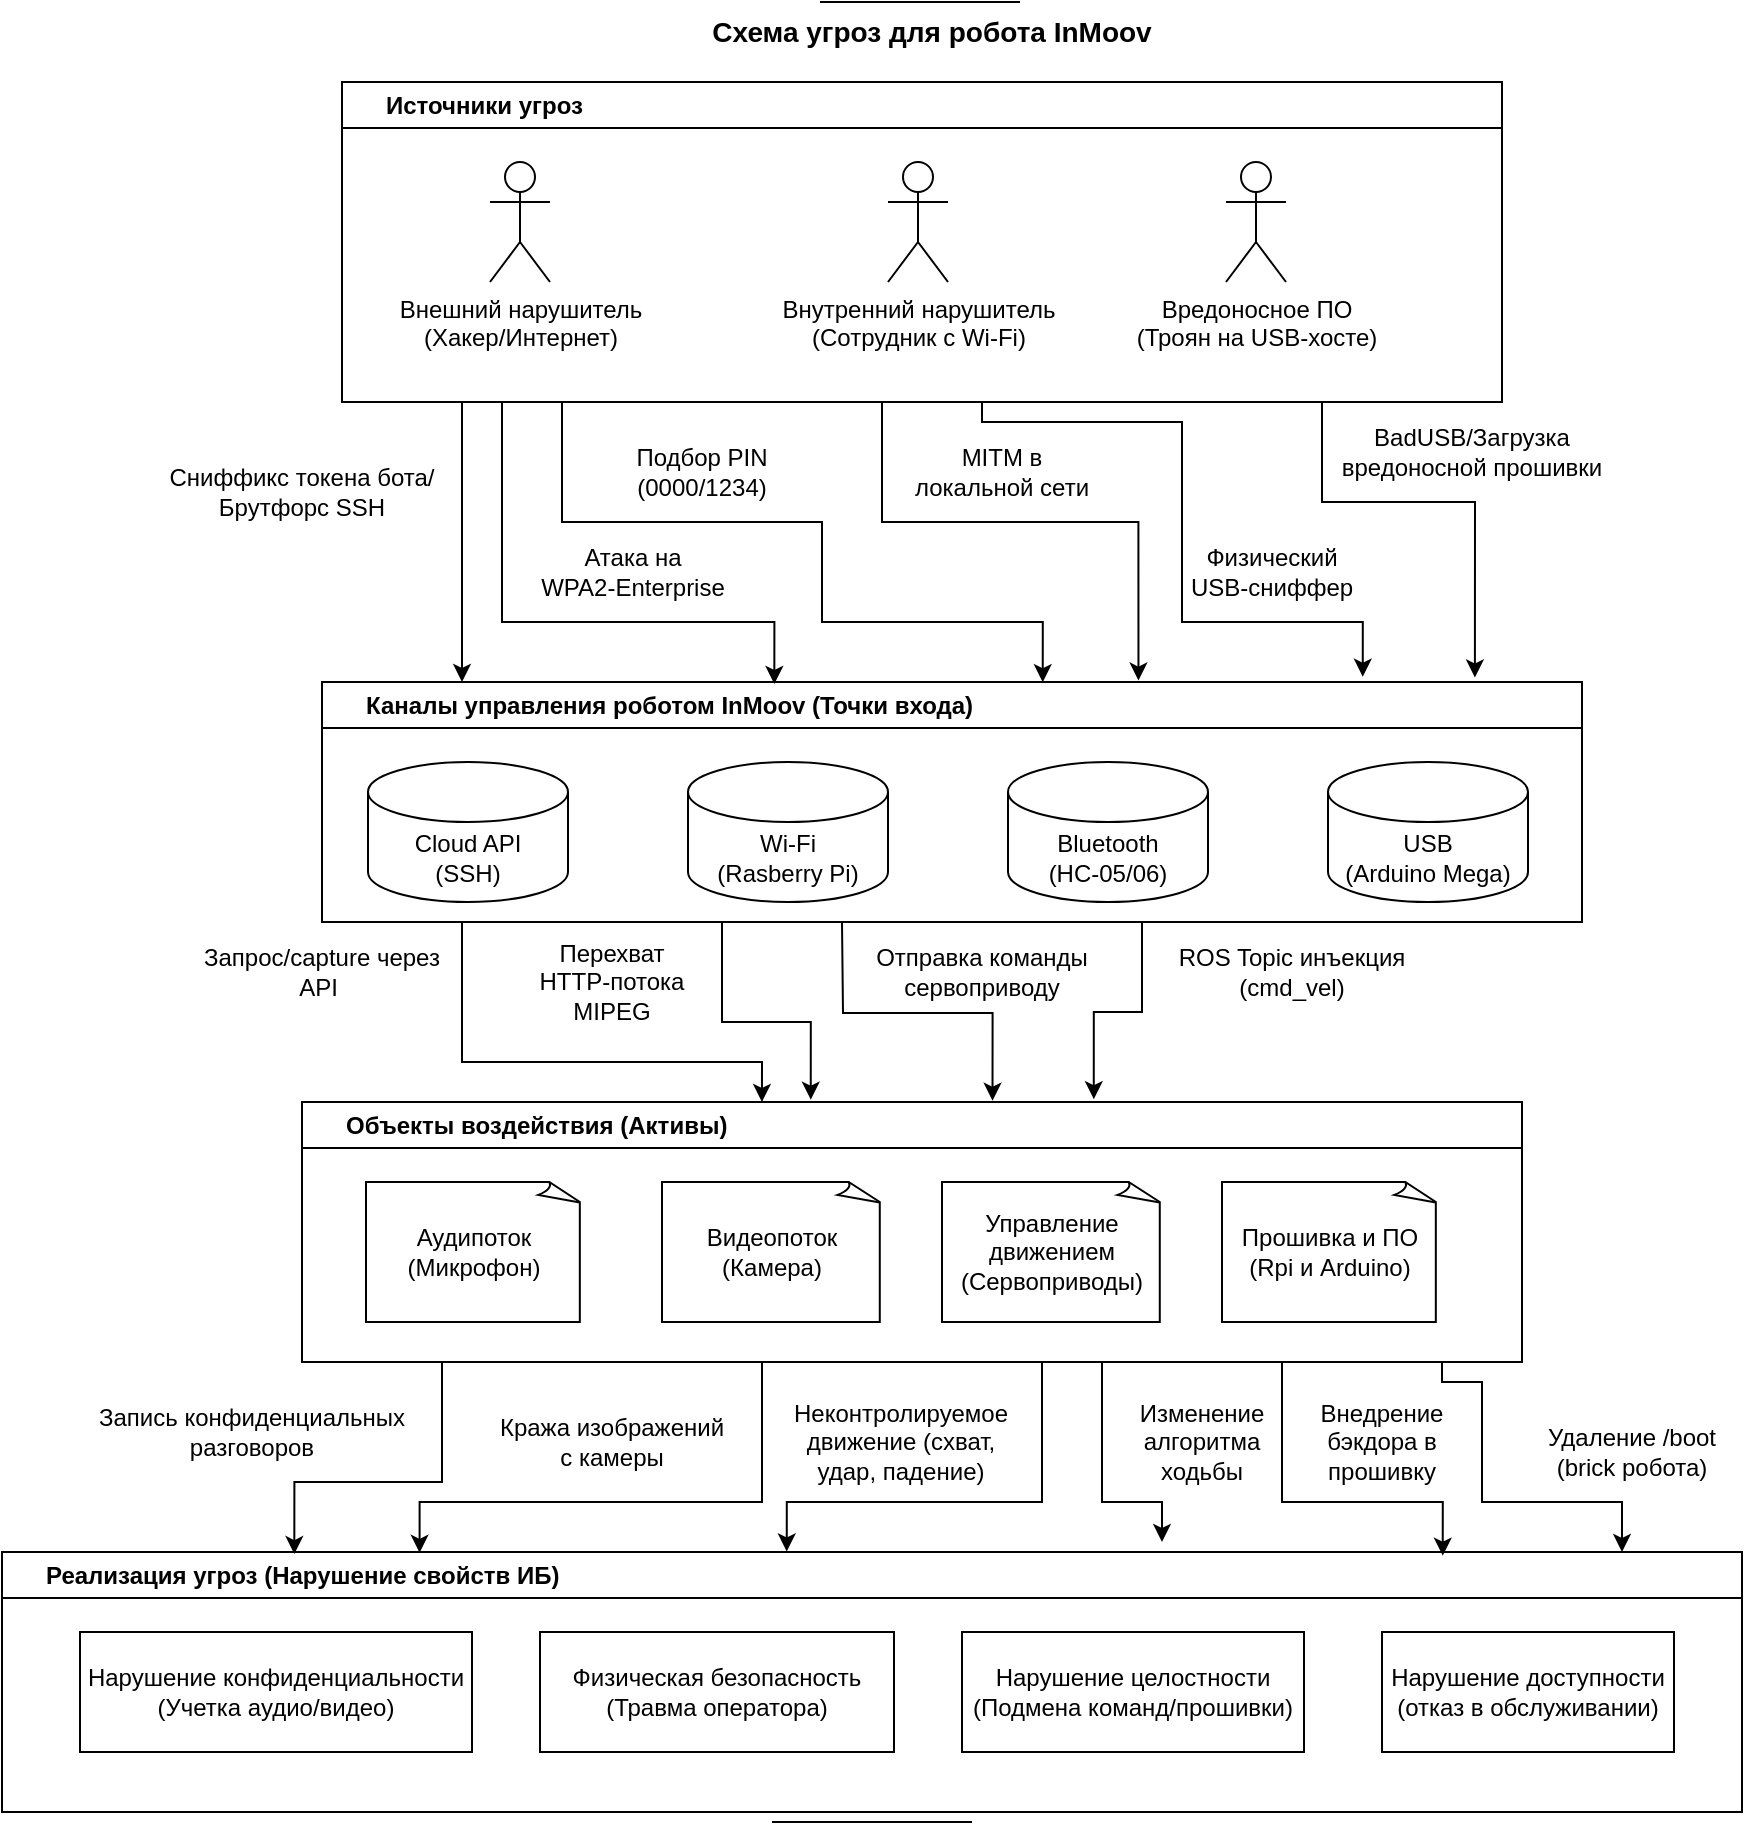
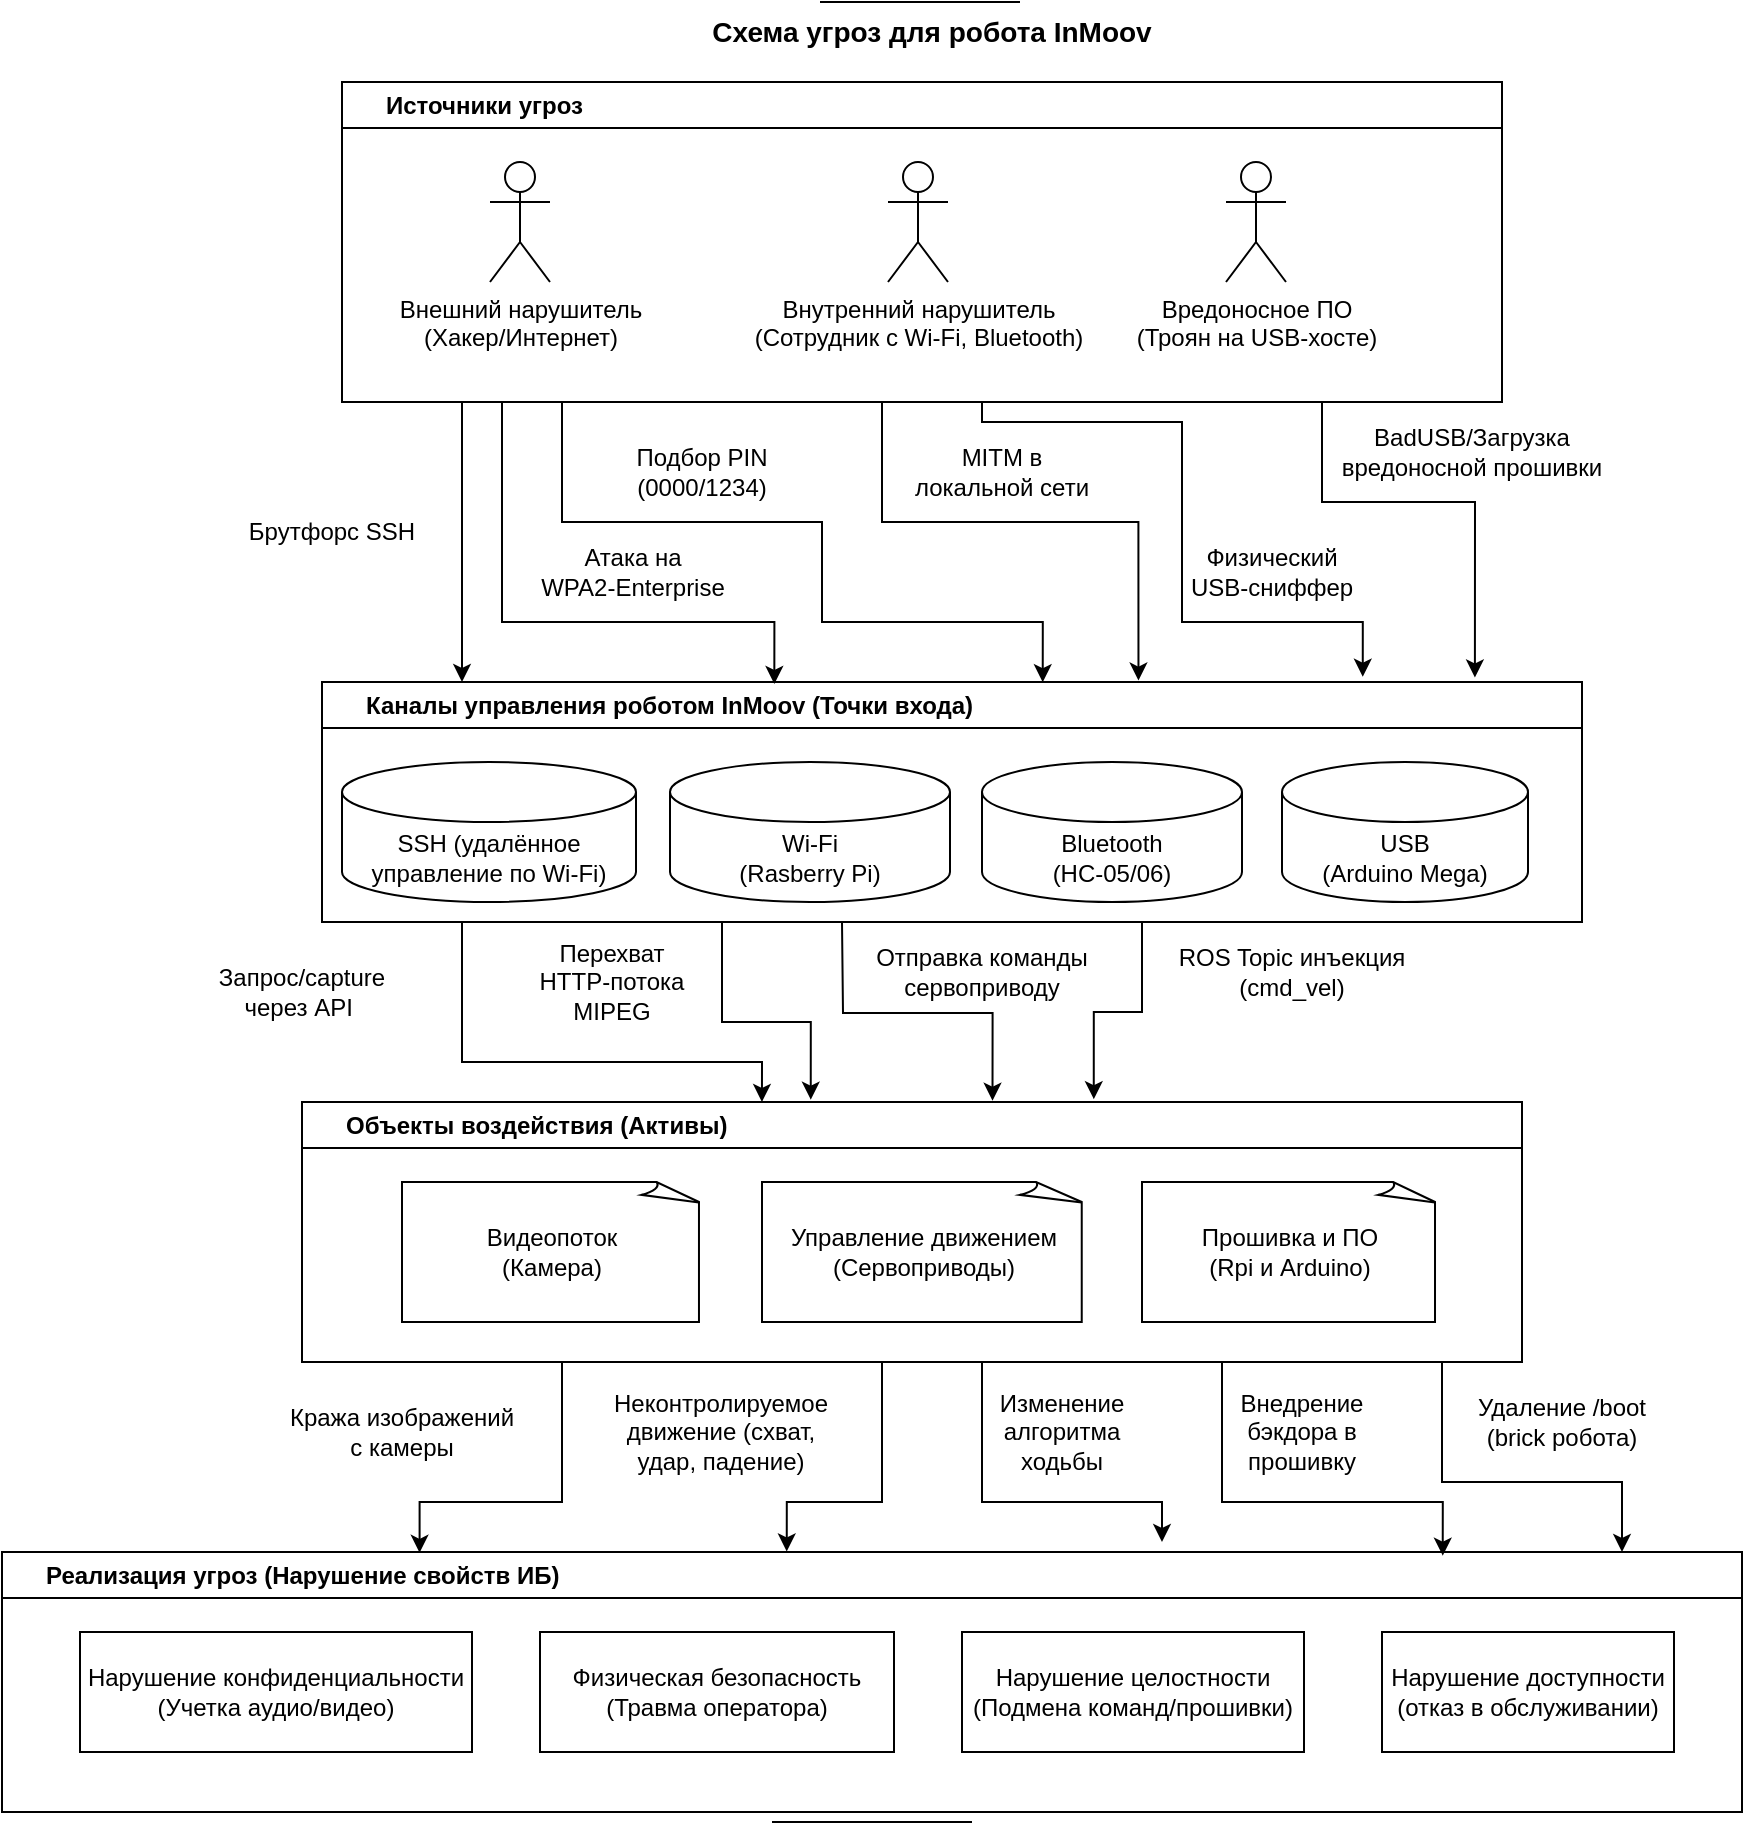
<mxfile host="app.diagrams.net" pages="2">
  <diagram name="Страница-1" id="USPNQsaFkXLpUknS5iDc">
    <mxGraphModel dx="2233" dy="1949" grid="1" gridSize="10" guides="1" tooltips="1" connect="1" arrows="1" fold="1" page="1" pageScale="1" pageWidth="827" pageHeight="1169" math="0" shadow="0">
      <root>
        <mxCell id="0" />
        <mxCell id="1" parent="0" />
        <mxCell id="eWGLKCcsjbhSAPN1RPYS-18" parent="1" style="swimlane;whiteSpace=wrap;html=1;align=left;" value="&amp;nbsp; &amp;nbsp; &amp;nbsp;&amp;nbsp;Реализация угроз (Нарушение свойств ИБ)" vertex="1">
          <mxGeometry height="130" width="870" x="-60" y="585" as="geometry" />
        </mxCell>
        <mxCell id="eWGLKCcsjbhSAPN1RPYS-11" parent="eWGLKCcsjbhSAPN1RPYS-18" style="rounded=0;whiteSpace=wrap;html=1;" value="Нарушение конфиденциальности&lt;div&gt;(Учетка аудио/видео)&lt;/div&gt;" vertex="1">
          <mxGeometry height="60" width="196" x="39" y="40" as="geometry" />
        </mxCell>
        <mxCell id="eWGLKCcsjbhSAPN1RPYS-12" parent="eWGLKCcsjbhSAPN1RPYS-18" style="rounded=0;whiteSpace=wrap;html=1;" value="Физическая безопасность&lt;div&gt;(Травма оператора)&lt;/div&gt;" vertex="1">
          <mxGeometry height="60" width="177" x="269" y="40" as="geometry" />
        </mxCell>
        <mxCell id="eWGLKCcsjbhSAPN1RPYS-13" parent="eWGLKCcsjbhSAPN1RPYS-18" style="rounded=0;whiteSpace=wrap;html=1;" value="Нарушение целостности&lt;div&gt;(Подмена команд/прошивки)&lt;/div&gt;" vertex="1">
          <mxGeometry height="60" width="171" x="480" y="40" as="geometry" />
        </mxCell>
        <mxCell id="eWGLKCcsjbhSAPN1RPYS-14" parent="eWGLKCcsjbhSAPN1RPYS-18" style="rounded=0;whiteSpace=wrap;html=1;" value="Нарушение доступности&lt;div&gt;(отказ в обслуживании)&lt;/div&gt;" vertex="1">
          <mxGeometry height="60" width="146" x="690" y="40" as="geometry" />
        </mxCell>
        <mxCell id="eWGLKCcsjbhSAPN1RPYS-24" parent="1" style="swimlane;whiteSpace=wrap;html=1;align=left;" value="&amp;nbsp; &amp;nbsp; &amp;nbsp;&amp;nbsp;Объекты воздействия (Активы)" vertex="1">
          <mxGeometry height="130" width="610" x="90" y="360" as="geometry" />
        </mxCell>
-         <mxCell id="eWGLKCcsjbhSAPN1RPYS-7" parent="eWGLKCcsjbhSAPN1RPYS-24" style="whiteSpace=wrap;html=1;shape=mxgraph.basic.document" value="Аудипоток&lt;div&gt;(Микрофон)&lt;/div&gt;" vertex="1">
-           <mxGeometry height="70" width="108" x="32" y="40" as="geometry" />
-         </mxCell>
        <mxCell id="eWGLKCcsjbhSAPN1RPYS-10" parent="eWGLKCcsjbhSAPN1RPYS-24" style="whiteSpace=wrap;html=1;shape=mxgraph.basic.document" value="Видеопоток&lt;div&gt;(Камера)&lt;/div&gt;" vertex="1">
-           <mxGeometry height="70" width="110" x="180" y="40" as="geometry" />
+           <mxGeometry height="70" width="150" x="50" y="40" as="geometry" />
        </mxCell>
        <mxCell id="eWGLKCcsjbhSAPN1RPYS-8" parent="eWGLKCcsjbhSAPN1RPYS-24" style="whiteSpace=wrap;html=1;shape=mxgraph.basic.document" value="Управление движением&lt;div&gt;(Сервоприводы)&lt;/div&gt;" vertex="1">
-           <mxGeometry height="70" width="110" x="320" y="40" as="geometry" />
+           <mxGeometry height="70" width="161.5" x="230" y="40" as="geometry" />
        </mxCell>
        <mxCell id="eWGLKCcsjbhSAPN1RPYS-9" parent="eWGLKCcsjbhSAPN1RPYS-24" style="whiteSpace=wrap;html=1;shape=mxgraph.basic.document" value="Прошивка и ПО&lt;div&gt;(Rpi и Arduino)&lt;/div&gt;" vertex="1">
-           <mxGeometry height="70" width="108" x="460" y="40" as="geometry" />
+           <mxGeometry height="70" width="148" x="420" y="40" as="geometry" />
        </mxCell>
        <mxCell id="eWGLKCcsjbhSAPN1RPYS-25" parent="1" style="swimlane;whiteSpace=wrap;html=1;align=left;" value="&amp;nbsp; &amp;nbsp; &amp;nbsp;&amp;nbsp;Каналы управления роботом InMoov (Точки входа)" vertex="1">
          <mxGeometry height="120" width="630" x="100" y="150" as="geometry" />
        </mxCell>
-         <mxCell id="eWGLKCcsjbhSAPN1RPYS-1" parent="eWGLKCcsjbhSAPN1RPYS-25" style="shape=cylinder3;whiteSpace=wrap;html=1;boundedLbl=1;backgroundOutline=1;size=15;" value="Cloud API&lt;div&gt;(SSH)&lt;/div&gt;" vertex="1">
-           <mxGeometry height="70" width="100" x="23" y="40" as="geometry" />
+         <mxCell id="eWGLKCcsjbhSAPN1RPYS-1" parent="eWGLKCcsjbhSAPN1RPYS-25" style="shape=cylinder3;whiteSpace=wrap;html=1;boundedLbl=1;backgroundOutline=1;size=15;" value="SSH (удалённое управление по Wi-Fi)" vertex="1">
+           <mxGeometry height="70" width="147" x="10" y="40" as="geometry" />
        </mxCell>
        <mxCell id="eWGLKCcsjbhSAPN1RPYS-2" parent="eWGLKCcsjbhSAPN1RPYS-25" style="shape=cylinder3;whiteSpace=wrap;html=1;boundedLbl=1;backgroundOutline=1;size=15;" value="Wi-Fi&lt;div&gt;(Rasberry Pi)&lt;/div&gt;" vertex="1">
-           <mxGeometry height="70" width="100" x="183" y="40" as="geometry" />
+           <mxGeometry height="70" width="140" x="174" y="40" as="geometry" />
        </mxCell>
        <mxCell id="eWGLKCcsjbhSAPN1RPYS-3" parent="eWGLKCcsjbhSAPN1RPYS-25" style="shape=cylinder3;whiteSpace=wrap;html=1;boundedLbl=1;backgroundOutline=1;size=15;" value="Bluetooth&lt;div&gt;(HC-05/06)&lt;/div&gt;" vertex="1">
-           <mxGeometry height="70" width="100" x="343" y="40" as="geometry" />
+           <mxGeometry height="70" width="130" x="330" y="40" as="geometry" />
        </mxCell>
        <mxCell id="eWGLKCcsjbhSAPN1RPYS-4" parent="eWGLKCcsjbhSAPN1RPYS-25" style="shape=cylinder3;whiteSpace=wrap;html=1;boundedLbl=1;backgroundOutline=1;size=15;" value="&lt;div&gt;USB&lt;/div&gt;&lt;div&gt;(Arduino Mega)&lt;/div&gt;" vertex="1">
-           <mxGeometry height="70" width="100" x="503" y="40" as="geometry" />
+           <mxGeometry height="70" width="123" x="480" y="40" as="geometry" />
        </mxCell>
        <mxCell id="eWGLKCcsjbhSAPN1RPYS-26" parent="1" style="swimlane;whiteSpace=wrap;html=1;align=left;" value="&amp;nbsp; &amp;nbsp; &amp;nbsp; Источники угроз" vertex="1">
          <mxGeometry height="160" width="580" x="110" y="-150" as="geometry" />
        </mxCell>
        <mxCell id="QugISaNB2tZ8seF8ZxKL-1" parent="eWGLKCcsjbhSAPN1RPYS-26" style="shape=umlActor;verticalLabelPosition=bottom;verticalAlign=top;html=1;outlineConnect=0;" value="Внешний нарушитель&lt;div&gt;(Хакер/Интернет)&lt;/div&gt;" vertex="1">
          <mxGeometry height="60" width="30" x="74" y="40" as="geometry" />
        </mxCell>
-         <mxCell id="QugISaNB2tZ8seF8ZxKL-2" parent="eWGLKCcsjbhSAPN1RPYS-26" style="shape=umlActor;verticalLabelPosition=bottom;verticalAlign=top;html=1;outlineConnect=0;" value="Внутренний нарушитель&lt;div&gt;(Сотрудник с Wi-Fi)&lt;/div&gt;" vertex="1">
+         <mxCell id="QugISaNB2tZ8seF8ZxKL-2" parent="eWGLKCcsjbhSAPN1RPYS-26" style="shape=umlActor;verticalLabelPosition=bottom;verticalAlign=top;html=1;outlineConnect=0;" value="Внутренний нарушитель&lt;div&gt;(Сотрудник с Wi-Fi,&amp;nbsp;&lt;span style=&quot;white-space: normal; background-color: transparent; color: light-dark(rgb(0, 0, 0), rgb(255, 255, 255));&quot;&gt;Bluetooth&lt;/span&gt;&lt;span style=&quot;background-color: transparent; color: light-dark(rgb(0, 0, 0), rgb(255, 255, 255));&quot;&gt;)&lt;/span&gt;&lt;/div&gt;" vertex="1">
          <mxGeometry height="60" width="30" x="273" y="40" as="geometry" />
        </mxCell>
        <mxCell id="QugISaNB2tZ8seF8ZxKL-3" parent="eWGLKCcsjbhSAPN1RPYS-26" style="shape=umlActor;verticalLabelPosition=bottom;verticalAlign=top;html=1;outlineConnect=0;" value="Вредоносное ПО&lt;div&gt;(Троян на USB-хосте)&lt;/div&gt;" vertex="1">
          <mxGeometry height="60" width="30" x="442" y="40" as="geometry" />
        </mxCell>
        <mxCell id="eWGLKCcsjbhSAPN1RPYS-28" edge="1" parent="1" style="endArrow=classic;html=1;rounded=0;" value="">
          <mxGeometry height="50" relative="1" width="50" as="geometry">
            <mxPoint x="170" y="10" as="sourcePoint" />
            <mxPoint x="170" y="150" as="targetPoint" />
          </mxGeometry>
        </mxCell>
-         <mxCell id="eWGLKCcsjbhSAPN1RPYS-29" parent="1" style="text;html=1;whiteSpace=wrap;strokeColor=none;fillColor=none;align=center;verticalAlign=middle;rounded=0;" value="Сниффикс токена бота/Брутфорс SSH" vertex="1">
-           <mxGeometry height="30" width="140" x="20" y="40" as="geometry" />
+         <mxCell id="eWGLKCcsjbhSAPN1RPYS-29" parent="1" style="text;html=1;whiteSpace=wrap;strokeColor=none;fillColor=none;align=center;verticalAlign=middle;rounded=0;" value="Брутфорс SSH" vertex="1">
+           <mxGeometry height="30" width="110" x="50" y="60" as="geometry" />
        </mxCell>
        <mxCell id="eWGLKCcsjbhSAPN1RPYS-30" edge="1" parent="1" source="eWGLKCcsjbhSAPN1RPYS-26" style="endArrow=classic;html=1;rounded=0;entryX=0.359;entryY=0.008;entryDx=0;entryDy=0;entryPerimeter=0;exitX=0.25;exitY=1;exitDx=0;exitDy=0;edgeStyle=orthogonalEdgeStyle;" target="eWGLKCcsjbhSAPN1RPYS-25" value="">
          <mxGeometry height="50" relative="1" width="50" as="geometry">
            <Array as="points">
              <mxPoint x="190" y="10" />
              <mxPoint x="190" y="120" />
              <mxPoint x="326" y="120" />
            </Array>
            <mxPoint x="240" y="10" as="sourcePoint" />
            <mxPoint x="370" y="60" as="targetPoint" />
          </mxGeometry>
        </mxCell>
        <mxCell id="eWGLKCcsjbhSAPN1RPYS-31" parent="1" style="text;html=1;whiteSpace=wrap;strokeColor=none;fillColor=none;align=center;verticalAlign=middle;rounded=0;" value="Атака на&lt;div&gt;WPA2-Enterprise&lt;/div&gt;" vertex="1">
          <mxGeometry height="30" width="111" x="200" y="80" as="geometry" />
        </mxCell>
        <mxCell id="eWGLKCcsjbhSAPN1RPYS-32" edge="1" parent="1" style="endArrow=classic;html=1;rounded=0;entryX=0.572;entryY=0.001;entryDx=0;entryDy=0;entryPerimeter=0;edgeStyle=orthogonalEdgeStyle;" target="eWGLKCcsjbhSAPN1RPYS-25" value="">
          <mxGeometry height="50" relative="1" width="50" as="geometry">
            <Array as="points">
              <mxPoint x="220" y="10" />
              <mxPoint x="220" y="70" />
              <mxPoint x="350" y="70" />
              <mxPoint x="350" y="120" />
              <mxPoint x="460" y="120" />
            </Array>
            <mxPoint x="290" y="10" as="sourcePoint" />
            <mxPoint x="420" y="40" as="targetPoint" />
          </mxGeometry>
        </mxCell>
        <mxCell id="eWGLKCcsjbhSAPN1RPYS-34" parent="1" style="text;html=1;whiteSpace=wrap;strokeColor=none;fillColor=none;align=center;verticalAlign=middle;rounded=0;" value="Подбор PIN (0000/1234)" vertex="1">
          <mxGeometry height="30" width="120" x="230" y="30" as="geometry" />
        </mxCell>
        <mxCell id="eWGLKCcsjbhSAPN1RPYS-35" edge="1" parent="1" source="eWGLKCcsjbhSAPN1RPYS-26" style="endArrow=classic;html=1;rounded=0;exitX=0.5;exitY=1;exitDx=0;exitDy=0;entryX=0.648;entryY=-0.006;entryDx=0;entryDy=0;entryPerimeter=0;edgeStyle=orthogonalEdgeStyle;" target="eWGLKCcsjbhSAPN1RPYS-25" value="">
          <mxGeometry height="50" relative="1" width="50" as="geometry">
            <Array as="points">
              <mxPoint x="380" y="10" />
              <mxPoint x="380" y="70" />
              <mxPoint x="508" y="70" />
            </Array>
            <mxPoint x="500" y="80" as="sourcePoint" />
            <mxPoint x="550" y="30" as="targetPoint" />
          </mxGeometry>
        </mxCell>
        <mxCell id="eWGLKCcsjbhSAPN1RPYS-36" parent="1" style="text;html=1;whiteSpace=wrap;strokeColor=none;fillColor=none;align=center;verticalAlign=middle;rounded=0;" value="MITM в локальной сети" vertex="1">
          <mxGeometry height="30" width="100" x="390" y="30" as="geometry" />
        </mxCell>
        <mxCell id="eWGLKCcsjbhSAPN1RPYS-37" edge="1" parent="1" style="endArrow=classic;html=1;rounded=0;entryX=0.826;entryY=-0.022;entryDx=0;entryDy=0;entryPerimeter=0;edgeStyle=orthogonalEdgeStyle;" target="eWGLKCcsjbhSAPN1RPYS-25" value="">
          <mxGeometry height="50" relative="1" width="50" as="geometry">
            <Array as="points">
              <mxPoint x="430" y="10" />
              <mxPoint x="430" y="20" />
              <mxPoint x="530" y="20" />
              <mxPoint x="530" y="120" />
              <mxPoint x="620" y="120" />
            </Array>
            <mxPoint x="460" y="10" as="sourcePoint" />
            <mxPoint x="600" y="60" as="targetPoint" />
          </mxGeometry>
        </mxCell>
        <mxCell id="eWGLKCcsjbhSAPN1RPYS-38" parent="1" style="text;html=1;whiteSpace=wrap;strokeColor=none;fillColor=none;align=center;verticalAlign=middle;rounded=0;" value="Физический USB-сниффер" vertex="1">
          <mxGeometry height="30" width="90" x="530" y="80" as="geometry" />
        </mxCell>
        <mxCell id="eWGLKCcsjbhSAPN1RPYS-39" edge="1" parent="1" style="endArrow=classic;html=1;rounded=0;entryX=0.915;entryY=-0.019;entryDx=0;entryDy=0;entryPerimeter=0;edgeStyle=orthogonalEdgeStyle;" target="eWGLKCcsjbhSAPN1RPYS-25" value="">
          <mxGeometry height="50" relative="1" width="50" as="geometry">
            <Array as="points">
              <mxPoint x="600" y="60" />
              <mxPoint x="677" y="60" />
            </Array>
            <mxPoint x="600" y="10" as="sourcePoint" />
            <mxPoint x="650" y="20" as="targetPoint" />
          </mxGeometry>
        </mxCell>
        <mxCell id="eWGLKCcsjbhSAPN1RPYS-40" parent="1" style="text;html=1;whiteSpace=wrap;strokeColor=none;fillColor=none;align=center;verticalAlign=middle;rounded=0;" value="BadUSB/Загрузка вредоносной прошивки" vertex="1">
          <mxGeometry height="30" width="150" x="600" y="20" as="geometry" />
        </mxCell>
        <mxCell id="eWGLKCcsjbhSAPN1RPYS-41" edge="1" parent="1" style="endArrow=classic;html=1;rounded=0;entryX=0.377;entryY=0;entryDx=0;entryDy=0;entryPerimeter=0;edgeStyle=orthogonalEdgeStyle;" target="eWGLKCcsjbhSAPN1RPYS-24" value="">
          <mxGeometry height="50" relative="1" width="50" as="geometry">
            <Array as="points">
              <mxPoint x="170" y="340" />
              <mxPoint x="320" y="340" />
            </Array>
            <mxPoint x="170" y="270" as="sourcePoint" />
            <mxPoint x="90" y="290" as="targetPoint" />
          </mxGeometry>
        </mxCell>
-         <mxCell id="eWGLKCcsjbhSAPN1RPYS-42" parent="1" style="text;html=1;whiteSpace=wrap;strokeColor=none;fillColor=none;align=center;verticalAlign=middle;rounded=0;" value="Запрос/capture через API&amp;nbsp;" vertex="1">
-           <mxGeometry height="30" width="140" x="30" y="280" as="geometry" />
+         <mxCell id="eWGLKCcsjbhSAPN1RPYS-42" parent="1" style="text;html=1;whiteSpace=wrap;strokeColor=none;fillColor=none;align=center;verticalAlign=middle;rounded=0;" value="Запрос/capture&lt;div&gt;через API&amp;nbsp;&lt;/div&gt;" vertex="1">
+           <mxGeometry height="30" width="120" x="30" y="290" as="geometry" />
        </mxCell>
        <mxCell id="eWGLKCcsjbhSAPN1RPYS-43" parent="1" style="text;html=1;whiteSpace=wrap;strokeColor=none;fillColor=none;align=center;verticalAlign=middle;rounded=0;" value="Перехват&lt;div&gt;HTTP-потока MIPEG&lt;/div&gt;" vertex="1">
          <mxGeometry height="40" width="90" x="200" y="280" as="geometry" />
        </mxCell>
        <mxCell id="eWGLKCcsjbhSAPN1RPYS-44" parent="1" style="text;html=1;whiteSpace=wrap;strokeColor=none;fillColor=none;align=center;verticalAlign=middle;rounded=0;" value="Отправка команды сервоприводу" vertex="1">
          <mxGeometry height="30" width="120" x="370" y="280" as="geometry" />
        </mxCell>
        <mxCell id="eWGLKCcsjbhSAPN1RPYS-45" parent="1" style="text;html=1;whiteSpace=wrap;strokeColor=none;fillColor=none;align=center;verticalAlign=middle;rounded=0;" value="ROS Topic инъекция (cmd_vel)" vertex="1">
          <mxGeometry height="30" width="150" x="510" y="280" as="geometry" />
        </mxCell>
        <mxCell id="eWGLKCcsjbhSAPN1RPYS-46" edge="1" parent="1" style="endArrow=classic;html=1;rounded=0;entryX=0.417;entryY=-0.009;entryDx=0;entryDy=0;entryPerimeter=0;edgeStyle=orthogonalEdgeStyle;" target="eWGLKCcsjbhSAPN1RPYS-24" value="">
          <mxGeometry height="50" relative="1" width="50" as="geometry">
            <Array as="points">
              <mxPoint x="300" y="270" />
              <mxPoint x="300" y="320" />
              <mxPoint x="344" y="320" />
            </Array>
            <mxPoint x="320" y="270" as="sourcePoint" />
            <mxPoint x="380" y="310" as="targetPoint" />
          </mxGeometry>
        </mxCell>
        <mxCell id="eWGLKCcsjbhSAPN1RPYS-47" edge="1" parent="1" style="endArrow=classic;html=1;rounded=0;entryX=0.566;entryY=-0.005;entryDx=0;entryDy=0;entryPerimeter=0;edgeStyle=orthogonalEdgeStyle;" target="eWGLKCcsjbhSAPN1RPYS-24" value="">
          <mxGeometry height="50" relative="1" width="50" as="geometry">
            <mxPoint x="360" y="270" as="sourcePoint" />
            <mxPoint x="420" y="310" as="targetPoint" />
          </mxGeometry>
        </mxCell>
        <mxCell id="eWGLKCcsjbhSAPN1RPYS-48" edge="1" parent="1" style="endArrow=classic;html=1;rounded=0;entryX=0.649;entryY=-0.011;entryDx=0;entryDy=0;entryPerimeter=0;edgeStyle=orthogonalEdgeStyle;" target="eWGLKCcsjbhSAPN1RPYS-24" value="">
          <mxGeometry height="50" relative="1" width="50" as="geometry">
            <Array as="points">
              <mxPoint x="510" y="270" />
              <mxPoint x="510" y="315" />
              <mxPoint x="486" y="315" />
            </Array>
            <mxPoint x="500" y="270" as="sourcePoint" />
            <mxPoint x="570" y="310" as="targetPoint" />
          </mxGeometry>
        </mxCell>
        <mxCell id="eWGLKCcsjbhSAPN1RPYS-49" parent="1" style="text;html=1;whiteSpace=wrap;strokeColor=none;fillColor=none;align=center;verticalAlign=middle;rounded=0;" value="Кража изображений с камеры" vertex="1">
-           <mxGeometry height="40" width="120" x="185" y="510" as="geometry" />
-         </mxCell>
-         <mxCell id="eWGLKCcsjbhSAPN1RPYS-50" parent="1" style="text;html=1;whiteSpace=wrap;strokeColor=none;fillColor=none;align=center;verticalAlign=middle;rounded=0;" value="Запись конфиденциальных разговоров" vertex="1">
-           <mxGeometry height="50" width="170" x="-20" y="500" as="geometry" />
+           <mxGeometry height="40" width="120" x="80" y="505" as="geometry" />
        </mxCell>
        <mxCell id="eWGLKCcsjbhSAPN1RPYS-51" parent="1" style="text;html=1;whiteSpace=wrap;strokeColor=none;fillColor=none;align=center;verticalAlign=middle;rounded=0;" value="Неконтролируемое движение (схват, удар, падение)" vertex="1">
-           <mxGeometry height="30" width="119" x="330" y="515" as="geometry" />
+           <mxGeometry height="30" width="119" x="240" y="510" as="geometry" />
        </mxCell>
        <mxCell id="eWGLKCcsjbhSAPN1RPYS-52" parent="1" style="text;html=1;whiteSpace=wrap;strokeColor=none;fillColor=none;align=center;verticalAlign=middle;rounded=0;" value="Изменение алгоритма ходьбы" vertex="1">
-           <mxGeometry height="30" width="60" x="510" y="515" as="geometry" />
+           <mxGeometry height="30" width="60" x="440" y="510" as="geometry" />
        </mxCell>
        <mxCell id="eWGLKCcsjbhSAPN1RPYS-53" parent="1" style="text;html=1;whiteSpace=wrap;strokeColor=none;fillColor=none;align=center;verticalAlign=middle;rounded=0;" value="Внедрение бэкдора в прошивку" vertex="1">
-           <mxGeometry height="30" width="60" x="600" y="515" as="geometry" />
-         </mxCell>
-         <mxCell id="eWGLKCcsjbhSAPN1RPYS-54" edge="1" parent="1" style="endArrow=classic;html=1;rounded=0;entryX=0.168;entryY=0.008;entryDx=0;entryDy=0;entryPerimeter=0;edgeStyle=orthogonalEdgeStyle;" target="eWGLKCcsjbhSAPN1RPYS-18" value="">
-           <mxGeometry height="50" relative="1" width="50" as="geometry">
-             <Array as="points">
-               <mxPoint x="160" y="550" />
-               <mxPoint x="86" y="550" />
-             </Array>
-             <mxPoint x="160" y="490" as="sourcePoint" />
-             <mxPoint x="60" y="480" as="targetPoint" />
-           </mxGeometry>
+           <mxGeometry height="30" width="60" x="560" y="510" as="geometry" />
        </mxCell>
        <mxCell id="eWGLKCcsjbhSAPN1RPYS-55" edge="1" parent="1" style="endArrow=classic;html=1;rounded=0;entryX=0.24;entryY=0.003;entryDx=0;entryDy=0;entryPerimeter=0;edgeStyle=orthogonalEdgeStyle;" target="eWGLKCcsjbhSAPN1RPYS-18" value="">
          <mxGeometry height="50" relative="1" width="50" as="geometry">
            <Array as="points">
-               <mxPoint x="320" y="560" />
+               <mxPoint x="220" y="490" />
+               <mxPoint x="220" y="560" />
              <mxPoint x="149" y="560" />
            </Array>
-             <mxPoint x="320" y="490" as="sourcePoint" />
+             <mxPoint x="230" y="490" as="sourcePoint" />
            <mxPoint x="310" y="520" as="targetPoint" />
          </mxGeometry>
        </mxCell>
        <mxCell id="eWGLKCcsjbhSAPN1RPYS-56" edge="1" parent="1" style="endArrow=classic;html=1;rounded=0;entryX=0.451;entryY=-0.002;entryDx=0;entryDy=0;entryPerimeter=0;edgeStyle=orthogonalEdgeStyle;" target="eWGLKCcsjbhSAPN1RPYS-18" value="">
          <mxGeometry height="50" relative="1" width="50" as="geometry">
            <Array as="points">
-               <mxPoint x="460" y="490" />
-               <mxPoint x="460" y="560" />
+               <mxPoint x="380" y="490" />
+               <mxPoint x="380" y="560" />
              <mxPoint x="332" y="560" />
            </Array>
+             <mxPoint x="380" y="490" as="sourcePoint" />
+             <mxPoint x="530" y="530" as="targetPoint" />
+           </mxGeometry>
+         </mxCell>
+         <mxCell id="eWGLKCcsjbhSAPN1RPYS-57" edge="1" parent="1" style="endArrow=classic;html=1;rounded=0;edgeStyle=orthogonalEdgeStyle;" value="">
+           <mxGeometry height="50" relative="1" width="50" as="geometry">
+             <Array as="points">
+               <mxPoint x="430" y="560" />
+               <mxPoint x="520" y="560" />
+             </Array>
            <mxPoint x="430" y="490" as="sourcePoint" />
-             <mxPoint x="530" y="530" as="targetPoint" />
-           </mxGeometry>
-         </mxCell>
-         <mxCell id="eWGLKCcsjbhSAPN1RPYS-57" edge="1" parent="1" style="endArrow=classic;html=1;rounded=0;edgeStyle=orthogonalEdgeStyle;" value="">
-           <mxGeometry height="50" relative="1" width="50" as="geometry">
-             <Array as="points">
-               <mxPoint x="490" y="490" />
-               <mxPoint x="490" y="560" />
-               <mxPoint x="520" y="560" />
-             </Array>
-             <mxPoint x="510" y="490" as="sourcePoint" />
            <mxPoint x="520" y="580" as="targetPoint" />
          </mxGeometry>
        </mxCell>
        <mxCell id="eWGLKCcsjbhSAPN1RPYS-58" edge="1" parent="1" style="endArrow=classic;html=1;rounded=0;entryX=0.828;entryY=0.014;entryDx=0;entryDy=0;entryPerimeter=0;edgeStyle=orthogonalEdgeStyle;" target="eWGLKCcsjbhSAPN1RPYS-18" value="">
          <mxGeometry height="50" relative="1" width="50" as="geometry">
            <Array as="points">
-               <mxPoint x="580" y="560" />
+               <mxPoint x="550" y="490" />
+               <mxPoint x="550" y="560" />
              <mxPoint x="660" y="560" />
            </Array>
            <mxPoint x="580" y="490" as="sourcePoint" />
            <mxPoint x="640" y="520" as="targetPoint" />
          </mxGeometry>
        </mxCell>
        <mxCell id="eWGLKCcsjbhSAPN1RPYS-59" edge="1" parent="1" style="endArrow=classic;html=1;rounded=0;edgeStyle=orthogonalEdgeStyle;" value="">
          <mxGeometry height="50" relative="1" width="50" as="geometry">
            <Array as="points">
-               <mxPoint x="660" y="500" />
-               <mxPoint x="680" y="500" />
-               <mxPoint x="680" y="560" />
-               <mxPoint x="750" y="560" />
+               <mxPoint x="660" y="550" />
+               <mxPoint x="750" y="550" />
            </Array>
            <mxPoint x="660" y="490" as="sourcePoint" />
            <mxPoint x="750" y="585" as="targetPoint" />
          </mxGeometry>
        </mxCell>
        <mxCell id="eWGLKCcsjbhSAPN1RPYS-60" parent="1" style="text;html=1;whiteSpace=wrap;strokeColor=none;fillColor=none;align=center;verticalAlign=middle;rounded=0;" value="Удаление /boot (brick робота)" vertex="1">
-           <mxGeometry height="30" width="110" x="700" y="520" as="geometry" />
+           <mxGeometry height="30" width="100" x="670" y="505" as="geometry" />
        </mxCell>
        <mxCell id="K0iSP-XveTOPJq4JpPZA-1" parent="1" style="text;html=1;whiteSpace=wrap;strokeColor=none;fillColor=none;align=center;verticalAlign=middle;rounded=0;" value="&lt;b&gt;&lt;font style=&quot;font-size: 14px;&quot;&gt;Схема угроз для робота InMoov&lt;/font&gt;&lt;/b&gt;" vertex="1">
          <mxGeometry height="30" width="330" x="240" y="-190" as="geometry" />
        </mxCell>
        <mxCell id="K0iSP-XveTOPJq4JpPZA-3" edge="1" parent="1" style="endArrow=none;html=1;rounded=0;" value="">
          <mxGeometry height="50" relative="1" width="50" as="geometry">
            <Array as="points">
              <mxPoint x="399" y="-190" />
            </Array>
            <mxPoint x="349" y="-190" as="sourcePoint" />
            <mxPoint x="449" y="-190" as="targetPoint" />
          </mxGeometry>
        </mxCell>
        <mxCell id="K0iSP-XveTOPJq4JpPZA-4" edge="1" parent="1" style="endArrow=none;html=1;rounded=0;" value="">
          <mxGeometry height="50" relative="1" width="50" as="geometry">
            <Array as="points">
              <mxPoint x="375" y="720" />
            </Array>
            <mxPoint x="325" y="720" as="sourcePoint" />
            <mxPoint x="425" y="720" as="targetPoint" />
          </mxGeometry>
        </mxCell>
      </root>
    </mxGraphModel>
  </diagram>
  <diagram id="ttNQuIHp5kMNFsPj_lCV" name="Страница-2">
-     <mxGraphModel dx="1758" dy="975" grid="1" gridSize="10" guides="1" tooltips="1" connect="1" arrows="1" fold="1" page="1" pageScale="1" pageWidth="827" pageHeight="1169" math="0" shadow="0">
+     <mxGraphModel dx="2163" dy="1200" grid="1" gridSize="10" guides="1" tooltips="1" connect="1" arrows="1" fold="1" page="1" pageScale="1" pageWidth="827" pageHeight="1169" math="0" shadow="0">
      <root>
        <mxCell id="0" />
        <mxCell id="1" parent="0" />
        <mxCell id="aK08CLWGNFaEjCdw5yUW-1" parent="1" style="text;html=1;whiteSpace=wrap;strokeColor=none;fillColor=none;align=center;verticalAlign=middle;rounded=0;" value="Схема автономного робота InMoov как объекта защиты (информационные потоки и потоки управления)" vertex="1">
          <mxGeometry height="70" width="351" x="238" y="10" as="geometry" />
        </mxCell>
        <mxCell id="aK08CLWGNFaEjCdw5yUW-2" parent="1" style="swimlane;whiteSpace=wrap;html=1;" value="Граница информационной системы (Объект защиты: InMoov)" vertex="1">
          <mxGeometry height="880" width="930" x="60" y="140" as="geometry" />
        </mxCell>
        <mxCell id="aK08CLWGNFaEjCdw5yUW-3" parent="aK08CLWGNFaEjCdw5yUW-2" style="swimlane;whiteSpace=wrap;html=1;" value="Сенсорный блок" vertex="1">
          <mxGeometry height="140" width="290" x="450" y="70" as="geometry" />
        </mxCell>
        <mxCell id="UwMI8jlpC9I7ofEAXpDb-1" parent="aK08CLWGNFaEjCdw5yUW-3" style="whiteSpace=wrap;html=1;shape=mxgraph.basic.document" value="Камера (Видеопоток)" vertex="1">
          <mxGeometry height="70" width="200" x="40" y="40" as="geometry" />
        </mxCell>
        <mxCell id="UwMI8jlpC9I7ofEAXpDb-46" edge="1" parent="aK08CLWGNFaEjCdw5yUW-2" source="UwMI8jlpC9I7ofEAXpDb-4" style="edgeStyle=orthogonalEdgeStyle;rounded=0;orthogonalLoop=1;jettySize=auto;html=1;exitX=0.5;exitY=1;exitDx=0;exitDy=0;">
          <mxGeometry relative="1" as="geometry">
            <Array as="points">
              <mxPoint x="230" y="291" />
              <mxPoint x="320" y="291" />
            </Array>
            <mxPoint x="190" y="141" as="sourcePoint" />
            <mxPoint x="320" y="590" as="targetPoint" />
          </mxGeometry>
        </mxCell>
        <mxCell id="UwMI8jlpC9I7ofEAXpDb-4" parent="aK08CLWGNFaEjCdw5yUW-2" style="rounded=1;whiteSpace=wrap;html=1;" value="Блок питания (Аккумулятор Li-Ion)" vertex="1">
          <mxGeometry height="60" width="120" x="170" y="80" as="geometry" />
        </mxCell>
        <mxCell id="UwMI8jlpC9I7ofEAXpDb-5" parent="aK08CLWGNFaEjCdw5yUW-2" style="swimlane;whiteSpace=wrap;html=1;" value="Rasberry Pi 4/5 (Одноплатный компьютер)" vertex="1">
          <mxGeometry height="265" width="460" x="410" y="265" as="geometry" />
        </mxCell>
        <mxCell id="UwMI8jlpC9I7ofEAXpDb-6" parent="UwMI8jlpC9I7ofEAXpDb-5" style="rounded=1;whiteSpace=wrap;html=1;" value="Ubuntu/Rasberry Pi OS" vertex="1">
          <mxGeometry height="60" width="199" x="21" y="50" as="geometry" />
        </mxCell>
        <mxCell id="UwMI8jlpC9I7ofEAXpDb-8" parent="UwMI8jlpC9I7ofEAXpDb-5" style="rounded=1;whiteSpace=wrap;html=1;" value="ROS (Robot Operation System)" vertex="1">
          <mxGeometry height="60" width="200" x="250" y="50" as="geometry" />
        </mxCell>
        <mxCell id="UwMI8jlpC9I7ofEAXpDb-9" parent="UwMI8jlpC9I7ofEAXpDb-5" style="rounded=1;whiteSpace=wrap;html=1;" value="Python-скрипт (Telegram/Web-сервер)" vertex="1">
          <mxGeometry height="60" width="240" x="21" y="165" as="geometry" />
        </mxCell>
        <mxCell id="UwMI8jlpC9I7ofEAXpDb-42" parent="UwMI8jlpC9I7ofEAXpDb-5" style="text;html=1;whiteSpace=wrap;strokeColor=none;fillColor=none;align=center;verticalAlign=middle;rounded=0;" value="Регулирование углов (ШИМ-сигналы/PWM)" vertex="1">
          <mxGeometry height="40" width="265" x="110" y="105" as="geometry" />
        </mxCell>
        <mxCell id="UwMI8jlpC9I7ofEAXpDb-10" parent="aK08CLWGNFaEjCdw5yUW-2" style="swimlane;whiteSpace=wrap;html=1;" value="Arduino Mega/Due (микроконтроллер)" vertex="1">
          <mxGeometry height="200" width="270" x="20" y="310" as="geometry" />
        </mxCell>
        <mxCell id="UwMI8jlpC9I7ofEAXpDb-11" parent="UwMI8jlpC9I7ofEAXpDb-10" style="rounded=1;whiteSpace=wrap;html=1;" value="InMoov Firmware&lt;div&gt;(Управление сервоприводами)&lt;/div&gt;" vertex="1">
          <mxGeometry height="60" width="230" x="20" y="80" as="geometry" />
        </mxCell>
        <mxCell id="UwMI8jlpC9I7ofEAXpDb-12" parent="aK08CLWGNFaEjCdw5yUW-2" style="swimlane;whiteSpace=wrap;html=1;startSize=23;" value="Блок сервоприводов" vertex="1">
          <mxGeometry height="200" width="370" x="20" y="590" as="geometry" />
        </mxCell>
        <mxCell id="UwMI8jlpC9I7ofEAXpDb-13" parent="UwMI8jlpC9I7ofEAXpDb-12" style="whiteSpace=wrap;html=1;shape=mxgraph.basic.document" value="Сервоприводы&lt;div&gt;рук&lt;/div&gt;" vertex="1">
          <mxGeometry height="70" width="130" x="25" y="40" as="geometry" />
        </mxCell>
        <mxCell id="UwMI8jlpC9I7ofEAXpDb-14" parent="UwMI8jlpC9I7ofEAXpDb-12" style="whiteSpace=wrap;html=1;shape=mxgraph.basic.document" value="Сервоприводы&lt;div&gt;шеи&lt;/div&gt;" vertex="1">
          <mxGeometry height="70" width="130" x="204" y="40" as="geometry" />
        </mxCell>
        <mxCell id="UwMI8jlpC9I7ofEAXpDb-15" parent="UwMI8jlpC9I7ofEAXpDb-12" style="whiteSpace=wrap;html=1;shape=mxgraph.basic.document" value="Сервоприводы&lt;div&gt;ног&lt;/div&gt;" vertex="1">
          <mxGeometry height="70" width="130" x="25" y="120" as="geometry" />
        </mxCell>
        <mxCell id="UwMI8jlpC9I7ofEAXpDb-16" parent="UwMI8jlpC9I7ofEAXpDb-12" style="whiteSpace=wrap;html=1;shape=mxgraph.basic.document" value="Сервоприводы корпуса" vertex="1">
          <mxGeometry height="70" width="130" x="204" y="120" as="geometry" />
        </mxCell>
        <mxCell id="UwMI8jlpC9I7ofEAXpDb-32" parent="aK08CLWGNFaEjCdw5yUW-2" style="text;html=1;whiteSpace=wrap;strokeColor=none;fillColor=none;align=center;verticalAlign=middle;rounded=0;" value="Видеопоток (MJPEG/H/264)" vertex="1">
          <mxGeometry height="30" width="110" x="800" y="100" as="geometry" />
        </mxCell>
        <mxCell id="UwMI8jlpC9I7ofEAXpDb-33" edge="1" parent="aK08CLWGNFaEjCdw5yUW-2" source="aK08CLWGNFaEjCdw5yUW-3" style="endArrow=classic;html=1;rounded=0;exitX=0;exitY=0.75;exitDx=0;exitDy=0;edgeStyle=orthogonalEdgeStyle;entryX=0.158;entryY=0.002;entryDx=0;entryDy=0;entryPerimeter=0;" target="UwMI8jlpC9I7ofEAXpDb-5" value="">
          <mxGeometry height="50" relative="1" width="50" as="geometry">
            <mxPoint x="420" y="190" as="sourcePoint" />
            <mxPoint x="410" y="260" as="targetPoint" />
          </mxGeometry>
        </mxCell>
        <mxCell id="UwMI8jlpC9I7ofEAXpDb-34" parent="aK08CLWGNFaEjCdw5yUW-2" style="text;html=1;whiteSpace=wrap;strokeColor=none;fillColor=none;align=center;verticalAlign=middle;rounded=0;" value="Dodger Blue" vertex="1">
          <mxGeometry height="30" width="140" x="310" y="140" as="geometry" />
        </mxCell>
        <mxCell id="UwMI8jlpC9I7ofEAXpDb-36" parent="aK08CLWGNFaEjCdw5yUW-2" style="text;html=1;whiteSpace=wrap;strokeColor=none;fillColor=none;align=center;verticalAlign=middle;rounded=0;" value="Электропитание (5V)" vertex="1">
          <mxGeometry height="30" width="120" x="280" y="170" as="geometry" />
        </mxCell>
        <mxCell id="UwMI8jlpC9I7ofEAXpDb-38" parent="aK08CLWGNFaEjCdw5yUW-2" style="text;html=1;whiteSpace=wrap;strokeColor=none;fillColor=none;align=center;verticalAlign=middle;rounded=0;" value="Управляющие команды (UART/USB-COM)" vertex="1">
          <mxGeometry height="30" width="140" x="330" y="550" as="geometry" />
        </mxCell>
        <mxCell id="UwMI8jlpC9I7ofEAXpDb-39" parent="aK08CLWGNFaEjCdw5yUW-2" style="text;html=1;whiteSpace=wrap;strokeColor=none;fillColor=none;align=center;verticalAlign=middle;rounded=0;" value="API-запросы (HTTPS)" vertex="1">
          <mxGeometry height="30" width="96" x="314" y="260" as="geometry" />
        </mxCell>
        <mxCell id="UwMI8jlpC9I7ofEAXpDb-40" parent="aK08CLWGNFaEjCdw5yUW-2" style="text;html=1;whiteSpace=wrap;strokeColor=none;fillColor=none;align=center;verticalAlign=middle;rounded=0;" value="Электропитание (5V)" vertex="1">
          <mxGeometry height="30" width="120" x="40" y="190" as="geometry" />
        </mxCell>
        <mxCell id="UwMI8jlpC9I7ofEAXpDb-44" parent="aK08CLWGNFaEjCdw5yUW-2" style="text;html=1;whiteSpace=wrap;strokeColor=none;fillColor=none;align=center;verticalAlign=middle;rounded=0;" value="Позиционирование (Углы поворота)" vertex="1">
          <mxGeometry height="50" width="120" x="290" y="420" as="geometry" />
        </mxCell>
        <mxCell id="UwMI8jlpC9I7ofEAXpDb-45" edge="1" parent="aK08CLWGNFaEjCdw5yUW-2" source="UwMI8jlpC9I7ofEAXpDb-4" style="endArrow=classic;html=1;rounded=0;exitX=0.25;exitY=1;exitDx=0;exitDy=0;entryX=0.25;entryY=0;entryDx=0;entryDy=0;edgeStyle=orthogonalEdgeStyle;" target="UwMI8jlpC9I7ofEAXpDb-10" value="">
          <mxGeometry height="50" relative="1" width="50" as="geometry">
            <mxPoint x="210" y="280" as="sourcePoint" />
            <mxPoint x="260" y="230" as="targetPoint" />
          </mxGeometry>
        </mxCell>
        <mxCell id="UwMI8jlpC9I7ofEAXpDb-47" parent="aK08CLWGNFaEjCdw5yUW-2" style="text;html=1;whiteSpace=wrap;strokeColor=none;fillColor=none;align=center;verticalAlign=middle;rounded=0;" value="Электропитание (5V)" vertex="1">
          <mxGeometry height="30" width="120" x="100" y="260" as="geometry" />
        </mxCell>
        <mxCell id="UwMI8jlpC9I7ofEAXpDb-49" edge="1" parent="aK08CLWGNFaEjCdw5yUW-2" source="UwMI8jlpC9I7ofEAXpDb-4" style="edgeStyle=orthogonalEdgeStyle;rounded=0;orthogonalLoop=1;jettySize=auto;html=1;exitX=0.75;exitY=1;exitDx=0;exitDy=0;entryX=0.039;entryY=0.003;entryDx=0;entryDy=0;entryPerimeter=0;" target="UwMI8jlpC9I7ofEAXpDb-5">
          <mxGeometry relative="1" as="geometry" />
        </mxCell>
        <mxCell id="UwMI8jlpC9I7ofEAXpDb-50" edge="1" parent="aK08CLWGNFaEjCdw5yUW-2" source="UwMI8jlpC9I7ofEAXpDb-10" style="endArrow=classic;html=1;rounded=0;entryX=0.75;entryY=0;entryDx=0;entryDy=0;exitX=0.75;exitY=1;exitDx=0;exitDy=0;edgeStyle=orthogonalEdgeStyle;" target="UwMI8jlpC9I7ofEAXpDb-12" value="">
          <mxGeometry height="50" relative="1" width="50" as="geometry">
            <mxPoint x="160" y="580" as="sourcePoint" />
            <mxPoint x="210" y="530" as="targetPoint" />
          </mxGeometry>
        </mxCell>
        <mxCell id="UwMI8jlpC9I7ofEAXpDb-51" edge="1" parent="aK08CLWGNFaEjCdw5yUW-2" style="endArrow=classic;html=1;rounded=0;edgeStyle=orthogonalEdgeStyle;entryX=0;entryY=0.25;entryDx=0;entryDy=0;" target="UwMI8jlpC9I7ofEAXpDb-5" value="">
          <mxGeometry height="50" relative="1" width="50" as="geometry">
            <Array as="points">
              <mxPoint x="1230" y="400" />
              <mxPoint x="380" y="400" />
              <mxPoint x="380" y="331" />
            </Array>
            <mxPoint x="1230" y="430" as="sourcePoint" />
            <mxPoint x="390" y="340" as="targetPoint" />
          </mxGeometry>
        </mxCell>
        <mxCell id="UwMI8jlpC9I7ofEAXpDb-52" edge="1" parent="aK08CLWGNFaEjCdw5yUW-2" style="endArrow=classic;html=1;rounded=0;entryX=1;entryY=0.25;entryDx=0;entryDy=0;edgeStyle=orthogonalEdgeStyle;" target="UwMI8jlpC9I7ofEAXpDb-10" value="">
          <mxGeometry height="50" relative="1" width="50" as="geometry">
            <Array as="points">
              <mxPoint x="310" y="300" />
              <mxPoint x="310" y="360" />
            </Array>
            <mxPoint x="410" y="300" as="sourcePoint" />
            <mxPoint x="390" y="250" as="targetPoint" />
          </mxGeometry>
        </mxCell>
        <mxCell id="UwMI8jlpC9I7ofEAXpDb-48" edge="1" parent="aK08CLWGNFaEjCdw5yUW-2" style="endArrow=classic;html=1;rounded=0;" value="">
          <mxGeometry height="50" relative="1" width="50" as="geometry">
            <mxPoint x="410" y="470" as="sourcePoint" />
            <mxPoint x="290" y="470" as="targetPoint" />
          </mxGeometry>
        </mxCell>
        <mxCell id="UwMI8jlpC9I7ofEAXpDb-17" parent="1" style="shape=umlActor;verticalLabelPosition=bottom;verticalAlign=top;html=1;outlineConnect=0;" value="Злоумышленник&lt;div&gt;(Внешний нарушитель)&lt;/div&gt;" vertex="1">
          <mxGeometry height="60" width="30" x="1270" y="245" as="geometry" />
        </mxCell>
        <mxCell id="UwMI8jlpC9I7ofEAXpDb-20" parent="1" style="whiteSpace=wrap;html=1;shape=mxgraph.basic.document" value="&lt;ul&gt;&lt;li style=&quot;text-align: left;&quot;&gt;Точка 1&lt;br&gt;Перехват видеопотока (USB/CSI-шлейф)&lt;/li&gt;&lt;/ul&gt;" vertex="1">
          <mxGeometry height="70" width="180" x="1005" y="245" as="geometry" />
        </mxCell>
        <mxCell id="UwMI8jlpC9I7ofEAXpDb-21" parent="1" style="whiteSpace=wrap;html=1;shape=mxgraph.basic.document" value="&lt;ul&gt;&lt;li style=&quot;text-align: left;&quot;&gt;Точка 2&lt;br&gt;Несанкционированный доступ (SSH/VNC/RDP)&lt;/li&gt;&lt;/ul&gt;" vertex="1">
          <mxGeometry height="70" width="180" x="1010" y="430" as="geometry" />
        </mxCell>
        <mxCell id="UwMI8jlpC9I7ofEAXpDb-22" parent="1" style="whiteSpace=wrap;html=1;shape=mxgraph.basic.document" value="&lt;ul&gt;&lt;li style=&quot;text-align: left;&quot;&gt;Точка 5&lt;br&gt;Подмена прошивки (DFU-режим)&lt;/li&gt;&lt;/ul&gt;" vertex="1">
          <mxGeometry height="70" width="170" x="1010" y="590" as="geometry" />
        </mxCell>
        <mxCell id="UwMI8jlpC9I7ofEAXpDb-23" parent="1" style="whiteSpace=wrap;html=1;shape=mxgraph.basic.document" value="&lt;ul&gt;&lt;li style=&quot;text-align: left;&quot;&gt;Точка 4&lt;br&gt;Компрометация (Bot Token)&lt;/li&gt;&lt;/ul&gt;" vertex="1">
          <mxGeometry height="70" width="150" x="1400" y="585" as="geometry" />
        </mxCell>
        <mxCell id="UwMI8jlpC9I7ofEAXpDb-24" parent="1" style="whiteSpace=wrap;html=1;shape=mxgraph.basic.document" value="&lt;ul&gt;&lt;li style=&quot;text-align: left;&quot;&gt;Точка 3&lt;br&gt;Перехват API-трафика (Man-in-the-Middle)&lt;/li&gt;&lt;/ul&gt;" vertex="1">
          <mxGeometry height="70" width="150" x="1580" y="585" as="geometry" />
        </mxCell>
        <mxCell id="UwMI8jlpC9I7ofEAXpDb-25" parent="1" style="ellipse;shape=cloud;whiteSpace=wrap;html=1;" value="Облачный сервер&lt;div&gt;(Bot API)&lt;/div&gt;" vertex="1">
          <mxGeometry height="80" width="180" x="1200" y="580" as="geometry" />
        </mxCell>
        <mxCell id="UwMI8jlpC9I7ofEAXpDb-26" parent="1" style="shape=umlActor;verticalLabelPosition=bottom;verticalAlign=top;html=1;outlineConnect=0;" value="Оператор / Владелец" vertex="1">
          <mxGeometry height="60" width="30" x="1280" y="740" as="geometry" />
        </mxCell>
        <mxCell id="UwMI8jlpC9I7ofEAXpDb-27" edge="1" parent="1" style="endArrow=classic;html=1;rounded=0;entryX=0.412;entryY=0.929;entryDx=0;entryDy=0;entryPerimeter=0;" target="UwMI8jlpC9I7ofEAXpDb-25" value="">
          <mxGeometry height="50" relative="1" width="50" as="geometry">
            <mxPoint x="1274" y="730" as="sourcePoint" />
            <mxPoint x="1280" y="680" as="targetPoint" />
          </mxGeometry>
        </mxCell>
        <mxCell id="UwMI8jlpC9I7ofEAXpDb-28" edge="1" parent="1" source="UwMI8jlpC9I7ofEAXpDb-25" style="endArrow=classic;html=1;rounded=0;exitX=0.667;exitY=0.959;exitDx=0;exitDy=0;exitPerimeter=0;" value="">
          <mxGeometry height="50" relative="1" width="50" as="geometry">
            <mxPoint x="1440" y="950" as="sourcePoint" />
            <mxPoint x="1320" y="730" as="targetPoint" />
          </mxGeometry>
        </mxCell>
        <mxCell id="UwMI8jlpC9I7ofEAXpDb-29" parent="1" style="text;html=1;whiteSpace=wrap;strokeColor=none;fillColor=none;align=center;verticalAlign=middle;rounded=0;" value="Отправка команд (/gesture, /move, /capture)" vertex="1">
          <mxGeometry height="30" width="150" x="1120" y="690" as="geometry" />
        </mxCell>
        <mxCell id="UwMI8jlpC9I7ofEAXpDb-30" edge="1" parent="1" source="UwMI8jlpC9I7ofEAXpDb-25" style="endArrow=classic;html=1;rounded=0;exitX=0.8;exitY=0.8;exitDx=0;exitDy=0;exitPerimeter=0;entryX=0.5;entryY=1;entryDx=0;entryDy=0;entryPerimeter=0;edgeStyle=orthogonalEdgeStyle;dashed=1;" target="UwMI8jlpC9I7ofEAXpDb-24" value="">
          <mxGeometry height="50" relative="1" width="50" as="geometry">
            <Array as="points">
              <mxPoint x="1344" y="700" />
              <mxPoint x="1655" y="700" />
            </Array>
            <mxPoint x="1510" y="750" as="sourcePoint" />
            <mxPoint x="1560" y="700" as="targetPoint" />
          </mxGeometry>
        </mxCell>
        <mxCell id="UwMI8jlpC9I7ofEAXpDb-31" edge="1" parent="1" source="UwMI8jlpC9I7ofEAXpDb-20" style="endArrow=classic;html=1;rounded=0;exitX=0;exitY=0.5;exitDx=0;exitDy=0;exitPerimeter=0;entryX=1;entryY=0.5;entryDx=0;entryDy=0;dashed=1;" target="aK08CLWGNFaEjCdw5yUW-3" value="">
          <mxGeometry height="50" relative="1" width="50" as="geometry">
            <mxPoint x="880" y="280" as="sourcePoint" />
            <mxPoint x="930" y="230" as="targetPoint" />
          </mxGeometry>
        </mxCell>
        <mxCell id="UwMI8jlpC9I7ofEAXpDb-37" edge="1" parent="1" style="endArrow=none;dashed=1;html=1;rounded=0;entryX=0;entryY=0.5;entryDx=0;entryDy=0;entryPerimeter=0;" target="UwMI8jlpC9I7ofEAXpDb-21" value="">
          <mxGeometry height="50" relative="1" width="50" as="geometry">
            <mxPoint x="930" y="465" as="sourcePoint" />
            <mxPoint x="990" y="340" as="targetPoint" />
          </mxGeometry>
        </mxCell>
        <mxCell id="UwMI8jlpC9I7ofEAXpDb-53" edge="1" parent="1" source="UwMI8jlpC9I7ofEAXpDb-10" style="endArrow=none;dashed=1;html=1;rounded=0;exitX=1;exitY=0.5;exitDx=0;exitDy=0;entryX=0.469;entryY=-0.036;entryDx=0;entryDy=0;entryPerimeter=0;edgeStyle=orthogonalEdgeStyle;" target="UwMI8jlpC9I7ofEAXpDb-22" value="">
          <mxGeometry height="50" relative="1" width="50" as="geometry">
            <Array as="points">
              <mxPoint x="1090" y="550" />
            </Array>
            <mxPoint x="750" y="800" as="sourcePoint" />
            <mxPoint x="1240" y="560" as="targetPoint" />
          </mxGeometry>
        </mxCell>
        <mxCell id="UwMI8jlpC9I7ofEAXpDb-54" parent="1" style="text;html=1;whiteSpace=wrap;strokeColor=none;fillColor=none;align=center;verticalAlign=middle;rounded=0;" value="Передача команд (WebHook/Long Polling)" vertex="1">
          <mxGeometry height="30" width="140" x="1090" y="555" as="geometry" />
        </mxCell>
        <mxCell id="UwMI8jlpC9I7ofEAXpDb-55" edge="1" parent="1" source="UwMI8jlpC9I7ofEAXpDb-5" style="endArrow=classic;html=1;rounded=0;exitX=0.25;exitY=1;exitDx=0;exitDy=0;entryX=0.5;entryY=1;entryDx=0;entryDy=0;entryPerimeter=0;edgeStyle=orthogonalEdgeStyle;" target="UwMI8jlpC9I7ofEAXpDb-22" value="">
          <mxGeometry height="50" relative="1" width="50" as="geometry">
            <Array as="points">
              <mxPoint x="585" y="760" />
              <mxPoint x="1095" y="760" />
            </Array>
            <mxPoint x="610" y="790" as="sourcePoint" />
            <mxPoint x="660" y="740" as="targetPoint" />
          </mxGeometry>
        </mxCell>
        <mxCell id="UwMI8jlpC9I7ofEAXpDb-56" parent="1" style="text;html=1;whiteSpace=wrap;strokeColor=none;fillColor=none;align=center;verticalAlign=middle;rounded=0;" value="Уведомления/Скриншоты" vertex="1">
          <mxGeometry height="30" width="240" x="730" y="720" as="geometry" />
        </mxCell>
      </root>
    </mxGraphModel>
  </diagram>
</mxfile>
